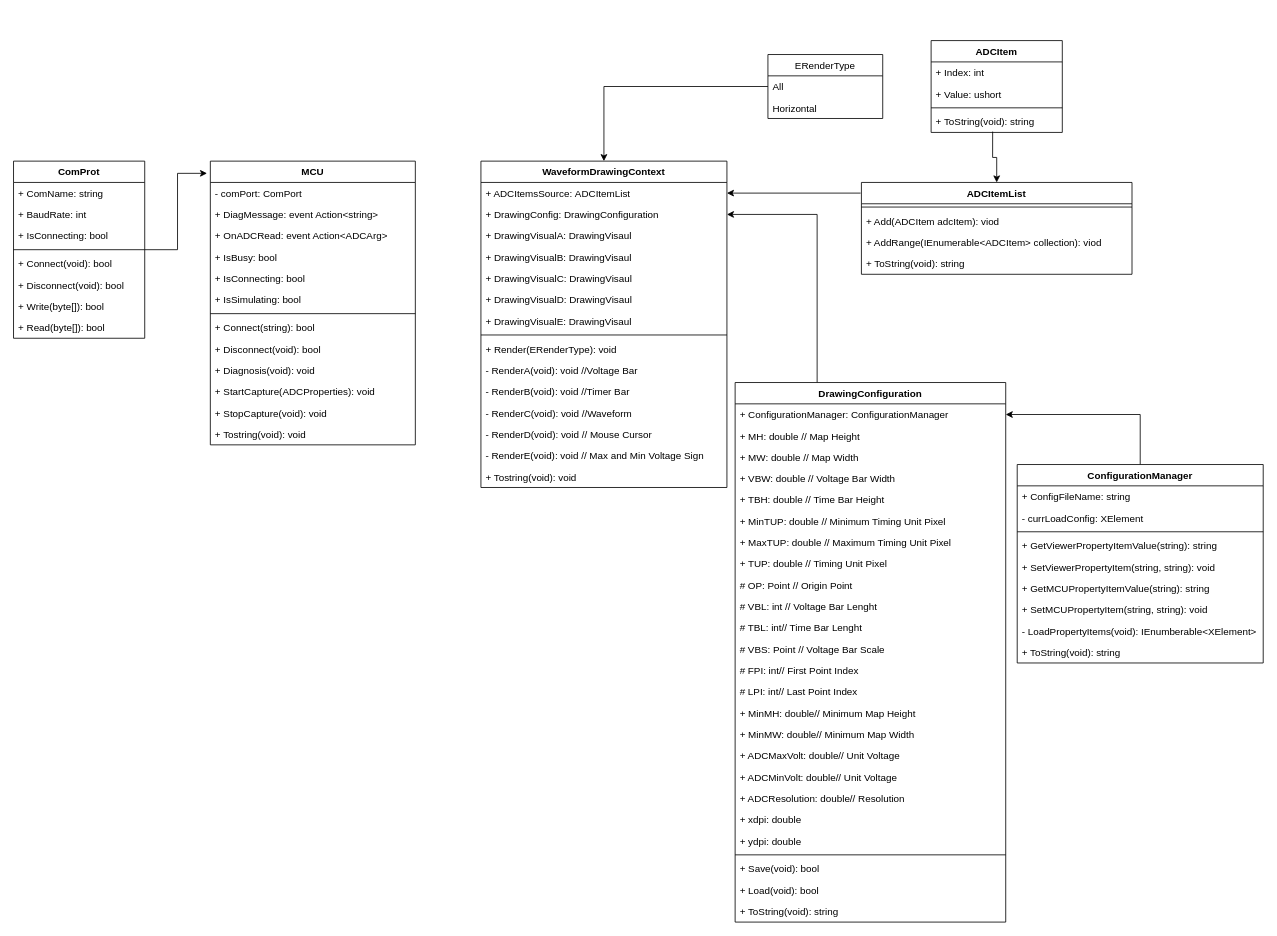
Earlier version of the draw.io diagram page "UML Class Diagram" (5 of 5) of ADC Monitor.drawio (Jasson-Chou/SideProject). Source tidied: cells renumbered, new cells numbered last; positions are measured from the earlier drawing's top-left corner, leaving out a move shared by most shapes. Both pictures are drawn from the tidied source at 82%, with x=0, y=0 at pixel (13, 40).
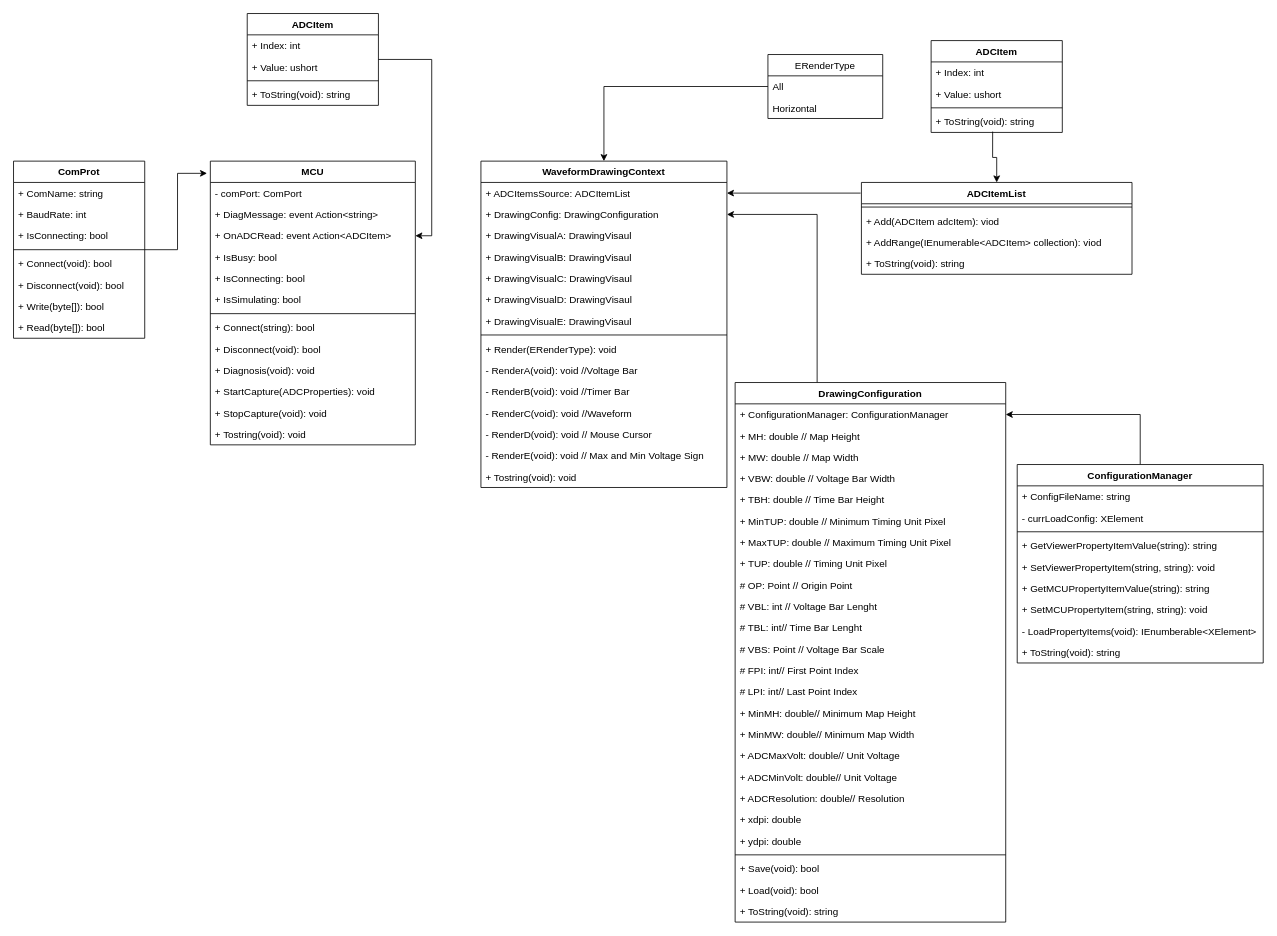
Above is the later version.

The change refers to these unchanged cells:
```xml
<mxCell id="12" value="MCU" style="swimlane;fontStyle=1;align=center;verticalAlign=top;horizontal=1;startSize=26;" parent="1" vertex="1">
  <mxGeometry x="240" y="147" width="250" height="346" as="geometry" />
</mxCell>
```

The edit, as a diff of the source:
```diff
@@
-    <mxCell id="15" value="+ OnADCRead: event Action&lt;ADCArg&gt;" style="text;strokeColor=none;fillColor=none;align=left;verticalAlign=top;spacingLeft=4;spacingRight=4;overflow=hidden;points=[[0,0.5],[1,0.5]];portConstraint=eastwest;" parent="12" vertex="1">
+    <mxCell id="15" value="+ OnADCRead: event Action&lt;ADCItem&gt;" style="text;strokeColor=none;fillColor=none;align=left;verticalAlign=top;spacingLeft=4;spacingRight=4;overflow=hidden;points=[[0,0.5],[1,0.5]];portConstraint=eastwest;" parent="12" vertex="1">
       <mxGeometry y="78" width="250" height="26" as="geometry" />
     </mxCell>
@@
+    <mxCell id="96" style="edgeStyle=orthogonalEdgeStyle;rounded=0;jettySize=auto;html=1;entryX=1;entryY=0.5;entryDx=0;entryDy=0;" parent="1" edge="1" source="97" target="15">
+      <mxGeometry relative="1" as="geometry">
+        <Array as="points">
+          <mxPoint x="510" y="23" />
+          <mxPoint x="510" y="238" />
+        </Array>
+      </mxGeometry>
+    </mxCell>
+    <mxCell id="97" value="ADCItem" style="swimlane;fontStyle=1;align=center;verticalAlign=top;horizontal=1;startSize=26;" parent="1" vertex="1">
+      <mxGeometry x="285" y="-33" width="160" height="112" as="geometry" />
+    </mxCell>
+    <mxCell id="98" value="+ Index: int" style="text;strokeColor=none;fillColor=none;align=left;verticalAlign=top;spacingLeft=4;spacingRight=4;overflow=hidden;" parent="97" vertex="1">
+      <mxGeometry y="26" width="160" height="26" as="geometry" />
+    </mxCell>
+    <mxCell id="99" value="+ Value: ushort" style="text;strokeColor=none;fillColor=none;align=left;verticalAlign=top;spacingLeft=4;spacingRight=4;overflow=hidden;" parent="97" vertex="1">
+      <mxGeometry y="52" width="160" height="26" as="geometry" />
+    </mxCell>
+    <mxCell id="100" style="line;strokeWidth=1;fillColor=none;align=left;verticalAlign=middle;spacingTop=-1;spacingLeft=3;spacingRight=3;labelPosition=right;" parent="97" vertex="1">
+      <mxGeometry y="78" width="160" height="8" as="geometry" />
+    </mxCell>
+    <mxCell id="101" value="+ ToString(void): string" style="text;strokeColor=none;fillColor=none;align=left;verticalAlign=top;spacingLeft=4;spacingRight=4;overflow=hidden;" parent="97" vertex="1">
+      <mxGeometry y="86" width="160" height="26" as="geometry" />
+    </mxCell>
```
